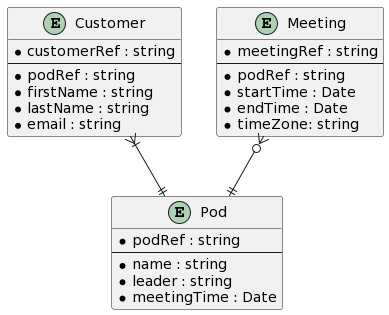
Above: images/ERD.png in Team-Kaizen-Senior-Project/better-life-meet (PlantUML), before the change.
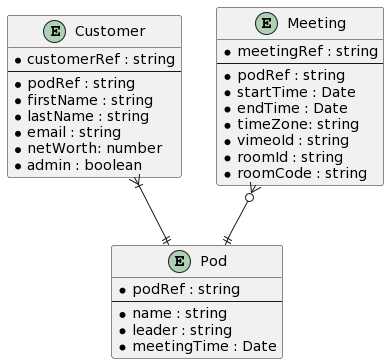
The same file after the commit.

Commit message:
Updated meeting and customer fields in erd

The edit, as a diff of the source:
```diff
@@ -14,6 +14,8 @@
     * firstName : string
     * lastName : string
     * email : string
+    * netWorth: number
+    * admin : boolean
 }
 
 entity Meeting {
@@ -23,6 +25,9 @@
     * startTime : Date
     * endTime : Date
     * timeZone: string
+    * vimeoId : string
+    * roomId : string
+    * roomCode : string
 }
 
 Customer }|--|| Pod
```
